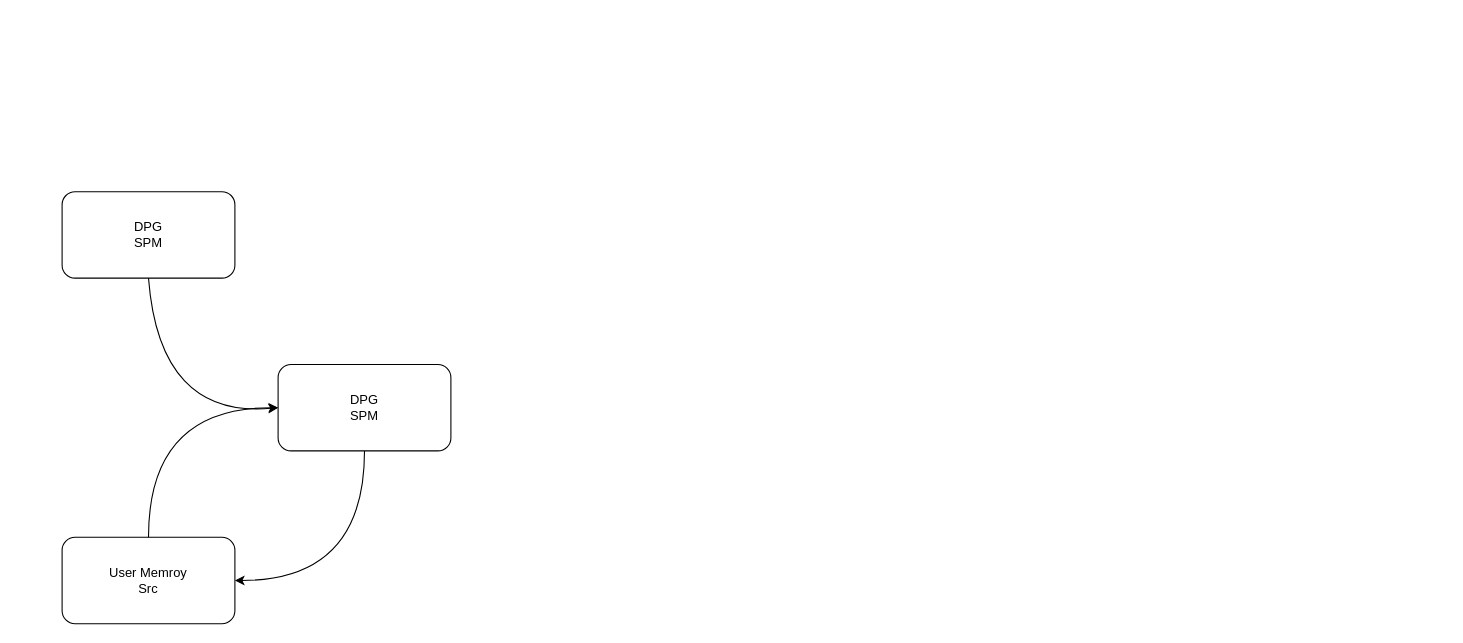
This is TC2LINK/MMU_Use.drawio from BEYHHH/SBLP, a draw.io file, before an edit. Source tidied: cells renumbered, new cells numbered last; positions are measured from the earlier drawing's top-left corner, leaving out a move shared by most shapes. Both pictures are drawn from the tidied source at 108%, with x=0, y=0 at pixel (62, 191).
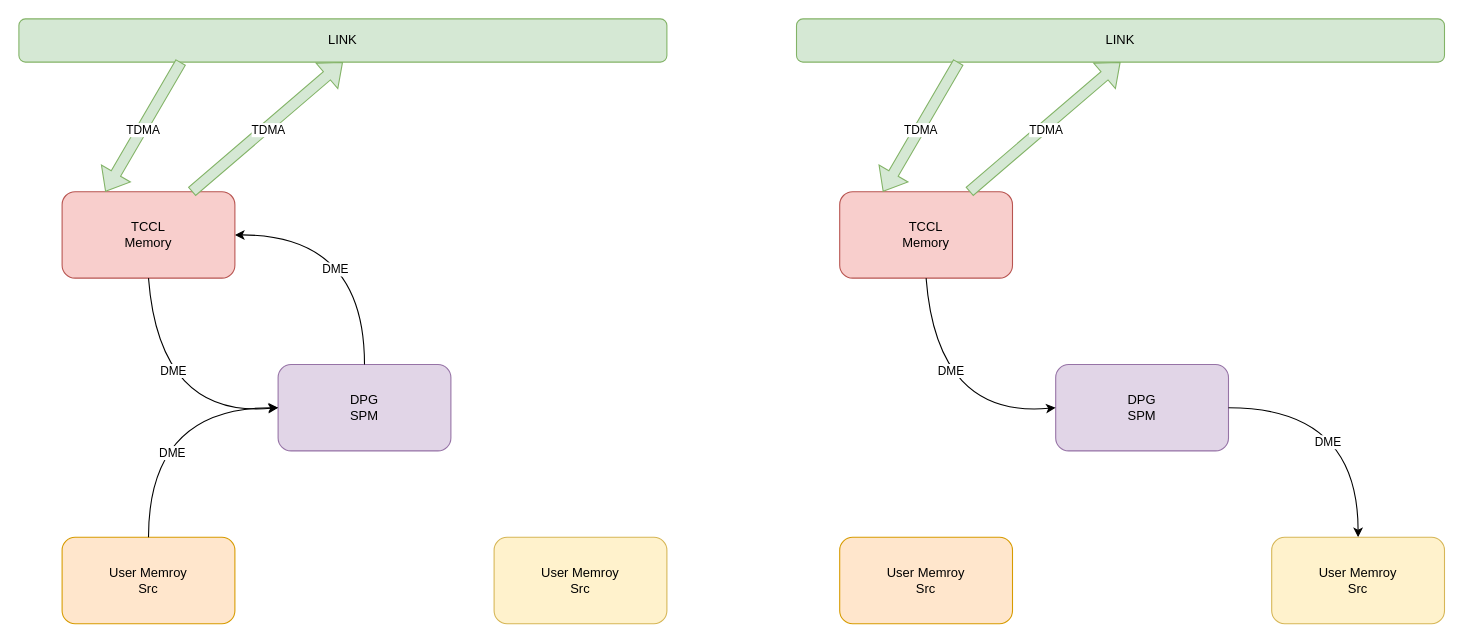
The same diagram, later.

The change refers to these unchanged cells:
```xml
<mxCell id="4" style="curved=1;endArrow=classic;html=1;rounded=0;entryX=0;entryY=0.5;entryDx=0;entryDy=0;exitX=0.5;exitY=0;exitDx=0;exitDy=0;" parent="1" edge="1" source="2" target="3">
  <mxGeometry relative="1" as="geometry">
    <Array as="points">
      <mxPoint x="80" y="200" />
    </Array>
  </mxGeometry>
</mxCell>
```

Change to the diagram source:
```diff
@@
-    <mxCell id="2" value="User&amp;nbsp;Memroy&lt;br&gt;Src" style="rounded=1;whiteSpace=wrap;html=1;" parent="1" vertex="1">
+    <mxCell id="2" value="User&amp;nbsp;Memroy&lt;br&gt;Src" style="rounded=1;whiteSpace=wrap;html=1;fillColor=#ffe6cc;strokeColor=#d79b00;" parent="1" vertex="1">
       <mxGeometry y="320" width="160" height="80" as="geometry" />
     </mxCell>
-    <mxCell id="3" value="DPG&lt;br&gt;SPM" style="rounded=1;whiteSpace=wrap;html=1;" parent="1" vertex="1">
+    <mxCell id="3" value="DPG&lt;br&gt;SPM" style="rounded=1;whiteSpace=wrap;html=1;fillColor=#e1d5e7;strokeColor=#9673a6;" parent="1" vertex="1">
       <mxGeometry x="200" y="160" width="160" height="80" as="geometry" />
     </mxCell>
@@
+    <mxCell id="8" value="DME" style="edgeLabel;html=1;align=center;verticalAlign=middle;" parent="4" vertex="1">
+      <mxGeometry x="-0.34" y="-21" relative="1" as="geometry" />
+    </mxCell>
-    <mxCell id="5" style="curved=1;endArrow=classic;html=1;rounded=0;entryX=1;entryY=0.5;entryDx=0;entryDy=0;exitX=0.5;exitY=1;exitDx=0;exitDy=0;" parent="1" edge="1" source="3" target="2">
+    <mxCell id="5" style="curved=1;endArrow=classic;html=1;rounded=0;entryX=1;entryY=0.5;entryDx=0;entryDy=0;exitX=0.5;exitY=0;exitDx=0;exitDy=0;" parent="1" edge="1" source="3" target="6">
       <mxGeometry relative="1" as="geometry">
         <Array as="points">
-          <mxPoint x="280" y="360" />
+          <mxPoint x="280" y="40" />
         </Array>
       </mxGeometry>
     </mxCell>
+    <mxCell id="9" value="DME" style="edgeLabel;html=1;align=center;verticalAlign=middle;" parent="5" vertex="1">
+      <mxGeometry x="-0.26" y="28" relative="1" as="geometry" />
+    </mxCell>
-    <mxCell id="6" value="DPG&lt;br&gt;SPM" style="rounded=1;whiteSpace=wrap;html=1;" parent="1" vertex="1">
+    <mxCell id="6" value="TCCL&lt;br&gt;Memory" style="rounded=1;whiteSpace=wrap;html=1;fillColor=#f8cecc;strokeColor=#b85450;" parent="1" vertex="1">
       <mxGeometry width="160" height="80" as="geometry" />
     </mxCell>
-    <mxCell id="7" style="curved=1;endArrow=classic;html=1;rounded=0;entryX=0;entryY=0.5;entryDx=0;entryDy=0;exitX=0.5;exitY=1;exitDx=0;exitDy=0;" parent="1" edge="1" source="6" target="3">
+    <mxCell id="7" style="curved=1;endArrow=classic;html=1;rounded=0;exitX=0.5;exitY=1;exitDx=0;exitDy=0;" parent="1" edge="1" source="6">
       <mxGeometry relative="1" as="geometry">
+        <mxPoint x="200" y="200" as="targetPoint" />
         <Array as="points">
           <mxPoint x="90" y="210" />
         </Array>
       </mxGeometry>
     </mxCell>
+    <mxCell id="10" value="DME" style="edgeLabel;html=1;align=center;verticalAlign=middle;" parent="7" vertex="1">
+      <mxGeometry x="-0.28" y="16" relative="1" as="geometry" />
+    </mxCell>
+    <mxCell id="11" value="User&amp;nbsp;Memroy&lt;br&gt;Src" style="rounded=1;whiteSpace=wrap;html=1;fillColor=#fff2cc;strokeColor=#d6b656;" parent="1" vertex="1">
+      <mxGeometry x="400" y="320" width="160" height="80" as="geometry" />
+    </mxCell>
+    <mxCell id="12" value="LINK" style="rounded=1;whiteSpace=wrap;html=1;fillColor=#d5e8d4;strokeColor=#82b366;" parent="1" vertex="1">
+      <mxGeometry x="-40" y="-160" width="600" height="40" as="geometry" />
+    </mxCell>
+    <mxCell id="13" style="shape=flexArrow;endArrow=classic;html=1;rounded=0;exitX=0.25;exitY=1;exitDx=0;exitDy=0;fillColor=#d5e8d4;strokeColor=#82b366;entryX=0.25;entryY=0;entryDx=0;entryDy=0;" parent="1" edge="1" source="12" target="6">
+      <mxGeometry relative="1" as="geometry" />
+    </mxCell>
+    <mxCell id="14" value="TDMA" style="edgeLabel;html=1;align=center;verticalAlign=middle;" parent="13" vertex="1">
+      <mxGeometry x="0.04" y="1" relative="1" as="geometry" />
+    </mxCell>
+    <mxCell id="15" style="shape=flexArrow;endArrow=classic;html=1;rounded=0;exitX=0.75;exitY=0;exitDx=0;exitDy=0;fillColor=#d5e8d4;strokeColor=#82b366;entryX=0.5;entryY=1;entryDx=0;entryDy=0;" parent="1" edge="1" source="6" target="12">
+      <mxGeometry relative="1" as="geometry" />
+    </mxCell>
+    <mxCell id="16" value="TDMA" style="edgeLabel;html=1;align=center;verticalAlign=middle;" parent="15" vertex="1">
+      <mxGeometry x="-0.01" y="-2" relative="1" as="geometry" />
+    </mxCell>
+    <mxCell id="17" value="User&amp;nbsp;Memroy&lt;br&gt;Src" style="rounded=1;whiteSpace=wrap;html=1;fillColor=#ffe6cc;strokeColor=#d79b00;" parent="1" vertex="1">
+      <mxGeometry x="720" y="320" width="160" height="80" as="geometry" />
+    </mxCell>
+    <mxCell id="18" value="DPG&lt;br&gt;SPM" style="rounded=1;whiteSpace=wrap;html=1;fillColor=#e1d5e7;strokeColor=#9673a6;" parent="1" vertex="1">
+      <mxGeometry x="920" y="160" width="160" height="80" as="geometry" />
+    </mxCell>
+    <mxCell id="19" style="curved=1;endArrow=classic;html=1;rounded=0;entryX=0.5;entryY=0;entryDx=0;entryDy=0;exitX=1;exitY=0.5;exitDx=0;exitDy=0;" parent="1" edge="1" source="18" target="24">
+      <mxGeometry relative="1" as="geometry">
+        <Array as="points">
+          <mxPoint x="1200" y="200" />
+        </Array>
+      </mxGeometry>
+    </mxCell>
+    <mxCell id="20" value="DME" style="edgeLabel;html=1;align=center;verticalAlign=middle;" parent="19" vertex="1">
+      <mxGeometry x="0.26" y="-29" relative="1" as="geometry" />
+    </mxCell>
+    <mxCell id="21" value="TCCL&lt;br&gt;Memory" style="rounded=1;whiteSpace=wrap;html=1;fillColor=#f8cecc;strokeColor=#b85450;" parent="1" vertex="1">
+      <mxGeometry x="720" width="160" height="80" as="geometry" />
+    </mxCell>
+    <mxCell id="22" style="curved=1;endArrow=classic;html=1;rounded=0;exitX=0.5;exitY=1;exitDx=0;exitDy=0;" parent="1" edge="1" source="21">
+      <mxGeometry relative="1" as="geometry">
+        <mxPoint x="920" y="200" as="targetPoint" />
+        <Array as="points">
+          <mxPoint x="810" y="210" />
+        </Array>
+      </mxGeometry>
+    </mxCell>
+    <mxCell id="23" value="DME" style="edgeLabel;html=1;align=center;verticalAlign=middle;" parent="22" vertex="1">
+      <mxGeometry x="-0.28" y="16" relative="1" as="geometry" />
+    </mxCell>
+    <mxCell id="24" value="User&amp;nbsp;Memroy&lt;br&gt;Src" style="rounded=1;whiteSpace=wrap;html=1;fillColor=#fff2cc;strokeColor=#d6b656;" parent="1" vertex="1">
+      <mxGeometry x="1120" y="320" width="160" height="80" as="geometry" />
+    </mxCell>
+    <mxCell id="25" value="LINK" style="rounded=1;whiteSpace=wrap;html=1;fillColor=#d5e8d4;strokeColor=#82b366;" parent="1" vertex="1">
+      <mxGeometry x="680" y="-160" width="600" height="40" as="geometry" />
+    </mxCell>
+    <mxCell id="26" style="shape=flexArrow;endArrow=classic;html=1;rounded=0;exitX=0.25;exitY=1;exitDx=0;exitDy=0;fillColor=#d5e8d4;strokeColor=#82b366;entryX=0.25;entryY=0;entryDx=0;entryDy=0;" parent="1" edge="1" source="25" target="21">
+      <mxGeometry relative="1" as="geometry" />
+    </mxCell>
+    <mxCell id="27" value="TDMA" style="edgeLabel;html=1;align=center;verticalAlign=middle;" parent="26" vertex="1">
+      <mxGeometry x="0.04" y="1" relative="1" as="geometry" />
+    </mxCell>
+    <mxCell id="28" style="shape=flexArrow;endArrow=classic;html=1;rounded=0;exitX=0.75;exitY=0;exitDx=0;exitDy=0;fillColor=#d5e8d4;strokeColor=#82b366;entryX=0.5;entryY=1;entryDx=0;entryDy=0;" parent="1" edge="1" source="21" target="25">
+      <mxGeometry relative="1" as="geometry" />
+    </mxCell>
+    <mxCell id="29" value="TDMA" style="edgeLabel;html=1;align=center;verticalAlign=middle;" parent="28" vertex="1">
+      <mxGeometry x="-0.01" y="-2" relative="1" as="geometry" />
+    </mxCell>
```
